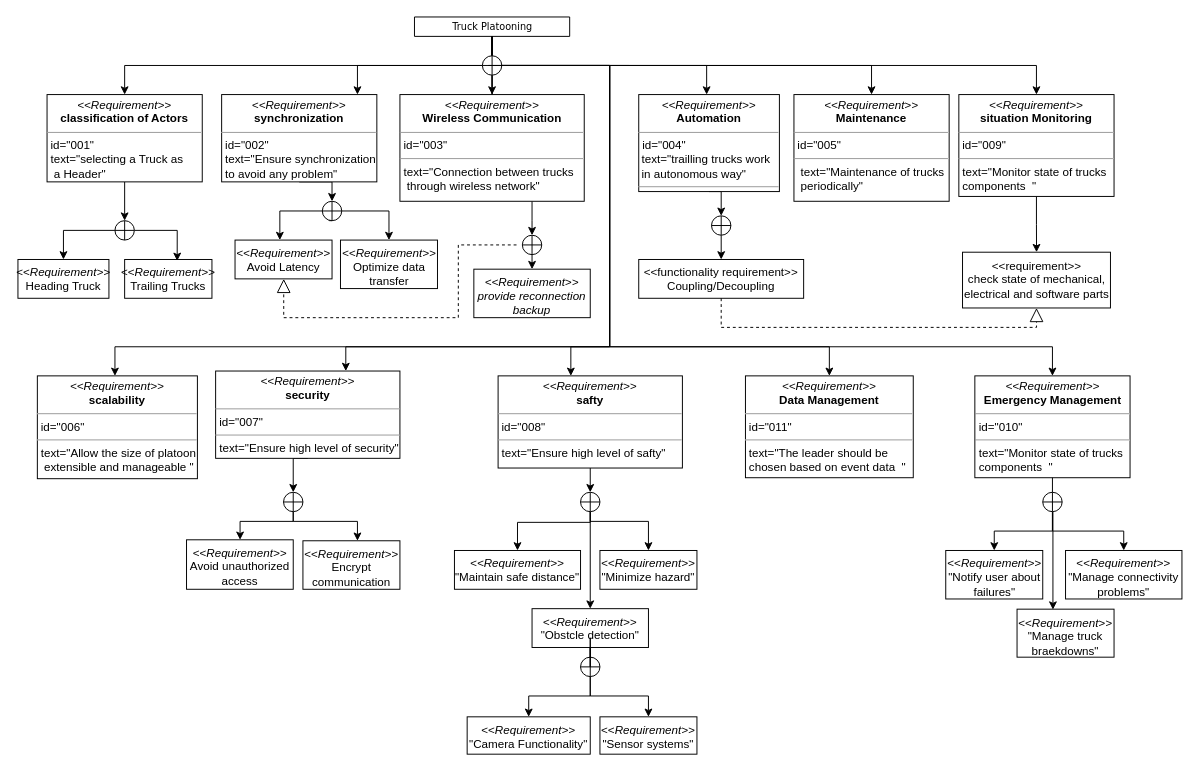
Earlier version of the draw.io diagram diagrams/requirementDiagram.drawio (omaratif1995/DPS). Source tidied: cells renumbered, new cells numbered last; positions are measured from the earlier drawing's top-left corner, leaving out a move shared by most shapes. Both pictures are drawn from the tidied source at 97%, with x=0, y=0 at pixel (17, 16).
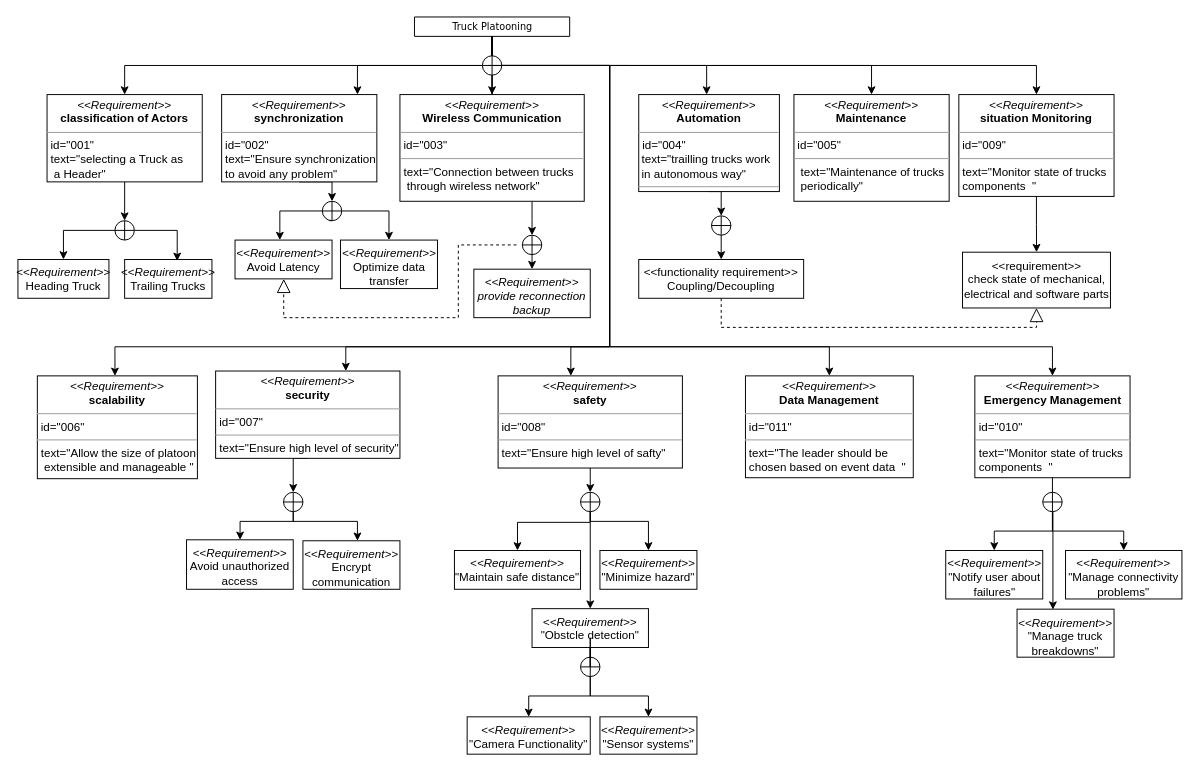
The same diagram, later.

Change to the diagram source:
```diff
@@
-    <mxCell id="16" value="&lt;p style=&quot;margin: 0px ; margin-top: 4px ; text-align: center&quot;&gt;&lt;i&gt;&amp;lt;&amp;lt;&lt;/i&gt;&lt;i&gt;Requirement&lt;/i&gt;&lt;i&gt;&amp;gt;&amp;gt;&lt;/i&gt;&lt;br&gt;&lt;b&gt;safty&lt;/b&gt;&lt;/p&gt;&lt;hr size=&quot;1&quot;&gt;&lt;p style=&quot;margin: 0px ; margin-left: 4px&quot;&gt;id=&quot;008&quot;&lt;br&gt;&lt;/p&gt;&lt;hr size=&quot;1&quot;&gt;&lt;p style=&quot;margin: 0px ; margin-left: 4px&quot;&gt;text=&quot;Ensure high level of safty&quot;&lt;/p&gt;" style="verticalAlign=top;align=left;overflow=fill;fontSize=12;fontFamily=Helvetica;html=1;rounded=0;shadow=0;comic=0;labelBackgroundColor=none;strokeWidth=1;" parent="1" vertex="1">
+    <mxCell id="16" value="&lt;p style=&quot;margin: 0px ; margin-top: 4px ; text-align: center&quot;&gt;&lt;i&gt;&amp;lt;&amp;lt;&lt;/i&gt;&lt;i&gt;Requirement&lt;/i&gt;&lt;i&gt;&amp;gt;&amp;gt;&lt;/i&gt;&lt;br&gt;&lt;b&gt;safety&lt;/b&gt;&lt;/p&gt;&lt;hr size=&quot;1&quot;&gt;&lt;p style=&quot;margin: 0px ; margin-left: 4px&quot;&gt;id=&quot;008&quot;&lt;br&gt;&lt;/p&gt;&lt;hr size=&quot;1&quot;&gt;&lt;p style=&quot;margin: 0px ; margin-left: 4px&quot;&gt;text=&quot;Ensure high level of safty&quot;&lt;/p&gt;" style="verticalAlign=top;align=left;overflow=fill;fontSize=12;fontFamily=Helvetica;html=1;rounded=0;shadow=0;comic=0;labelBackgroundColor=none;strokeWidth=1;" parent="1" vertex="1">
       <mxGeometry x="495" y="370" width="190" height="95" as="geometry" />
     </mxCell>
@@
-    <mxCell id="55" value="&amp;lt;&amp;lt;&lt;i&gt;Requirement&amp;gt;&amp;gt;&lt;/i&gt;&lt;br&gt;&quot;Manage truck braekdowns&quot;" style="whiteSpace=wrap;html=1;rounded=0;shadow=0;align=center;verticalAlign=top;strokeWidth=1;comic=0;" parent="1" vertex="1">
+    <mxCell id="55" value="&amp;lt;&amp;lt;&lt;i&gt;Requirement&amp;gt;&amp;gt;&lt;/i&gt;&lt;br&gt;&quot;Manage truck breakdowns&quot;" style="whiteSpace=wrap;html=1;rounded=0;shadow=0;align=center;verticalAlign=top;strokeWidth=1;comic=0;" parent="1" vertex="1">
       <mxGeometry x="1030" y="610.5" width="100" height="49.5" as="geometry" />
     </mxCell>
```
